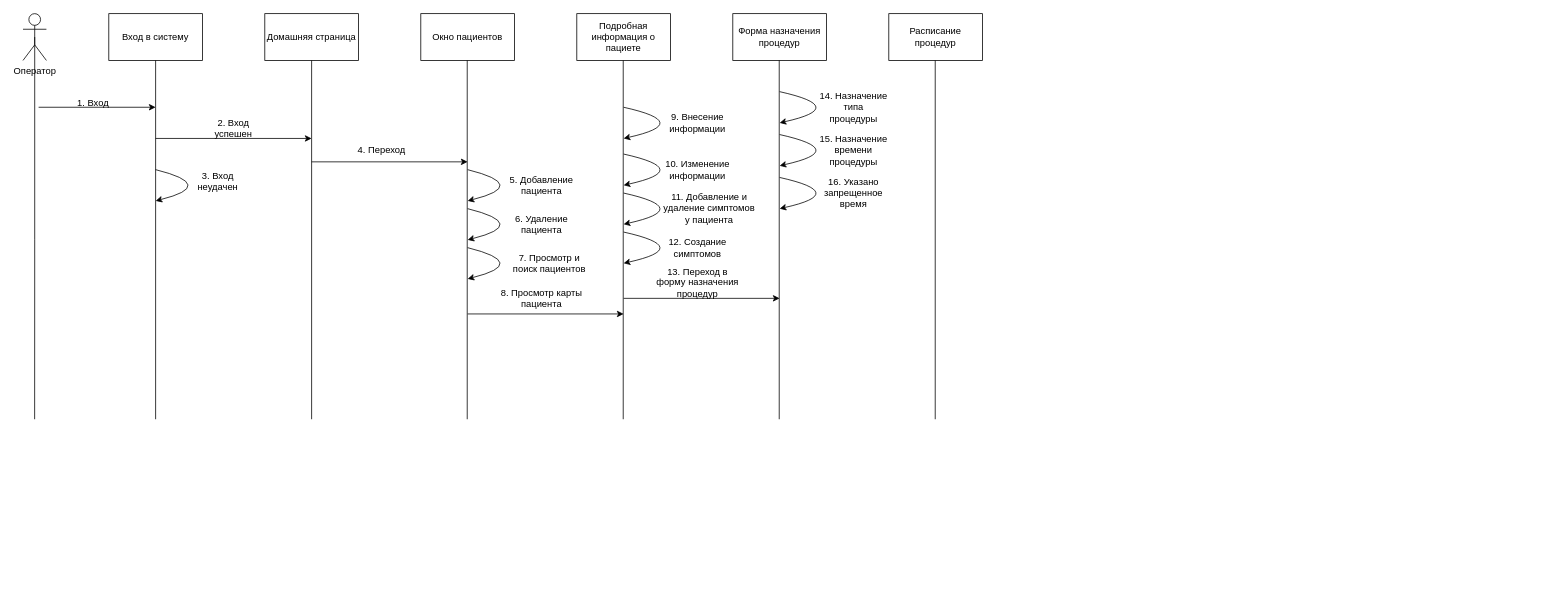
Before: Другие файлы/Последовательность действий.drawio in Sadaly/Cosmetics_GraduateWork, a draw.io diagram. Source tidied: cells renumbered, new cells numbered last; positions are measured from the earlier drawing's top-left corner, leaving out a move shared by most shapes. Both pictures are drawn from the tidied source at 78%, with x=0, y=0 at pixel (23, 13).
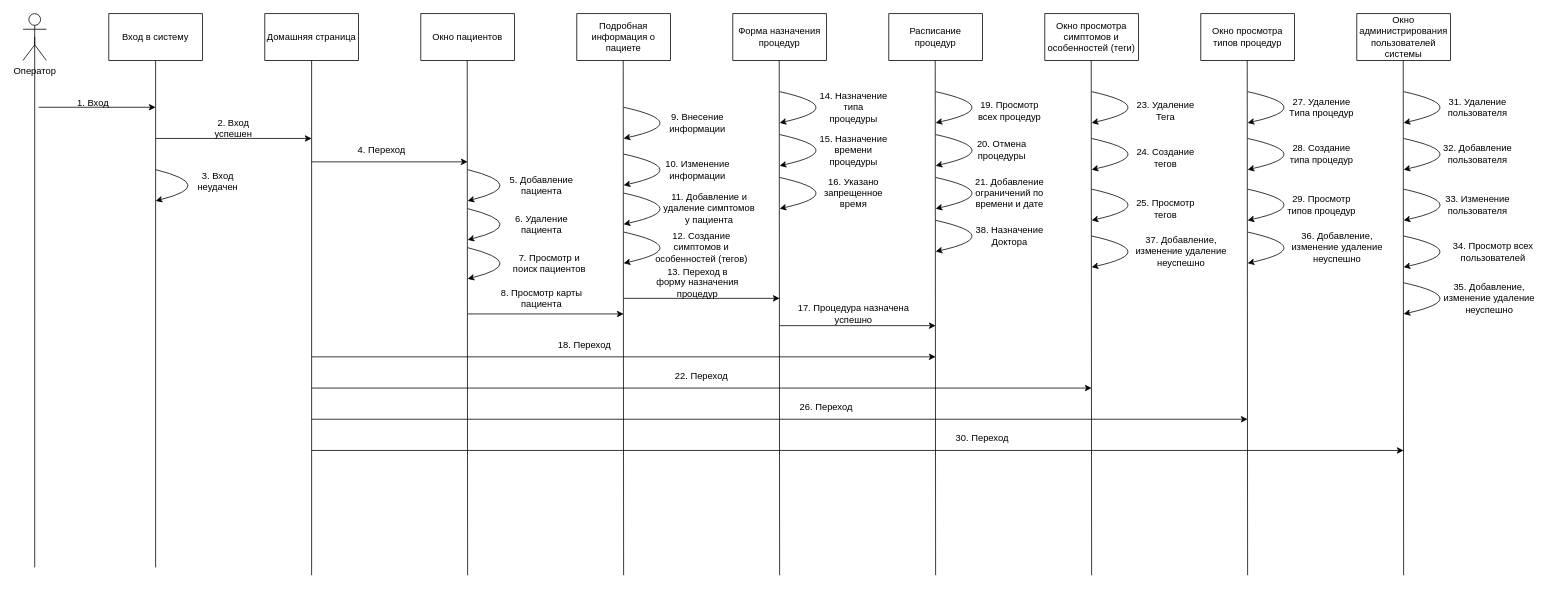
The same diagram, later.

Unchanged cells that the change refers to:
```xml
<mxCell id="2" value="Вход в систему" style="rounded=0;whiteSpace=wrap;html=1;" parent="1" vertex="1">
  <mxGeometry x="110" width="120" height="60" as="geometry" />
</mxCell>
<mxCell id="4" value="Оператор" style="shape=umlActor;verticalLabelPosition=bottom;verticalAlign=top;html=1;outlineConnect=0;" parent="1" vertex="1">
  <mxGeometry width="30" height="60" as="geometry" />
</mxCell>
<mxCell id="5" value="Домашняя страница" style="rounded=0;whiteSpace=wrap;html=1;" parent="1" vertex="1">
  <mxGeometry x="310" width="120" height="60" as="geometry" />
</mxCell>
```

Diff of the diagram source:
```diff
@@
     <mxCell id="3" style="edgeStyle=orthogonalEdgeStyle;rounded=0;jettySize=auto;html=1;exitX=0.5;exitY=0.5;exitDx=0;exitDy=0;exitPerimeter=0;endArrow=none;endFill=0;" parent="1" edge="1" source="4">
       <mxGeometry relative="1" as="geometry">
-        <mxPoint x="14.9" y="520" as="targetPoint" />
+        <mxPoint x="15" y="710" as="targetPoint" />
       </mxGeometry>
     </mxCell>
@@
     <mxCell id="8" style="endArrow=none;html=1;rounded=0;" parent="1" edge="1" target="2">
       <mxGeometry relative="1" as="geometry">
-        <mxPoint x="170" y="520" as="sourcePoint" />
+        <mxPoint x="170" y="710" as="sourcePoint" />
       </mxGeometry>
     </mxCell>
     <mxCell id="9" style="endArrow=none;html=1;rounded=0;" parent="1" edge="1" target="5">
       <mxGeometry relative="1" as="geometry">
-        <mxPoint x="370" y="520" as="sourcePoint" />
+        <mxPoint x="370" y="720" as="sourcePoint" />
       </mxGeometry>
     </mxCell>
     <mxCell id="10" style="endArrow=none;html=1;rounded=0;" parent="1" edge="1">
       <mxGeometry relative="1" as="geometry">
-        <mxPoint x="769.5" y="520" as="sourcePoint" />
+        <mxPoint x="770" y="720" as="sourcePoint" />
         <mxPoint x="769.5" y="60" as="targetPoint" />
       </mxGeometry>
     </mxCell>
     <mxCell id="11" style="endArrow=none;html=1;rounded=0;" parent="1" edge="1">
       <mxGeometry relative="1" as="geometry">
-        <mxPoint x="569.5" y="520" as="sourcePoint" />
+        <mxPoint x="570" y="720" as="sourcePoint" />
         <mxPoint x="569.5" y="60" as="targetPoint" />
       </mxGeometry>
     </mxCell>
@@
     <mxCell id="35" style="endArrow=none;html=1;rounded=0;" parent="1" edge="1">
       <mxGeometry relative="1" as="geometry">
-        <mxPoint x="969.5" y="520" as="sourcePoint" />
+        <mxPoint x="970" y="720" as="sourcePoint" />
         <mxPoint x="969.5" y="60" as="targetPoint" />
       </mxGeometry>
     </mxCell>
-    <mxCell id="36" value="12. Создание симптомов" style="text;html=1;align=center;verticalAlign=middle;whiteSpace=wrap;rounded=0;" parent="1" vertex="1">
-      <mxGeometry x="820" y="285" width="90" height="30" as="geometry" />
+    <mxCell id="36" value="12. Создание симптомов и особенностей (тегов)" style="text;html=1;align=center;verticalAlign=middle;whiteSpace=wrap;rounded=0;" parent="1" vertex="1">
+      <mxGeometry x="800" y="285" width="140" height="30" as="geometry" />
     </mxCell>
@@
     <mxCell id="47" style="endArrow=none;html=1;rounded=0;" parent="1" edge="1">
       <mxGeometry relative="1" as="geometry">
-        <mxPoint x="1169.5" y="520" as="sourcePoint" />
+        <mxPoint x="1170" y="720" as="sourcePoint" />
         <mxPoint x="1169.5" y="60" as="targetPoint" />
       </mxGeometry>
     </mxCell>
+    <mxCell id="48" style="endArrow=classic;html=1;rounded=0;" parent="1" edge="1">
+      <mxGeometry relative="1" as="geometry">
+        <mxPoint x="370" y="440" as="sourcePoint" />
+        <mxPoint x="1170" y="440" as="targetPoint" />
+      </mxGeometry>
+    </mxCell>
+    <mxCell id="49" value="18. Переход" style="text;html=1;align=center;verticalAlign=middle;whiteSpace=wrap;rounded=0;" parent="1" vertex="1">
+      <mxGeometry x="680" y="410" width="80" height="30" as="geometry" />
+    </mxCell>
+    <mxCell id="50" style="endArrow=classic;html=1;rounded=0;" parent="1" edge="1">
+      <mxGeometry relative="1" as="geometry">
+        <mxPoint x="970" y="400" as="sourcePoint" />
+        <mxPoint x="1170" y="400" as="targetPoint" />
+      </mxGeometry>
+    </mxCell>
+    <mxCell id="51" value="17. Процедура назначена успешно" style="text;html=1;align=center;verticalAlign=middle;whiteSpace=wrap;rounded=0;" parent="1" vertex="1">
+      <mxGeometry x="990" y="370" width="150" height="30" as="geometry" />
+    </mxCell>
+    <mxCell id="52" value="19. Просмотр всех процедур" style="text;html=1;align=center;verticalAlign=middle;whiteSpace=wrap;rounded=0;" parent="1" vertex="1">
+      <mxGeometry x="1220" y="110" width="90" height="30" as="geometry" />
+    </mxCell>
+    <mxCell id="53" style="endArrow=none;html=1;rounded=0;curved=1;startArrow=classic;startFill=1;endFill=0;" parent="1" edge="1">
+      <mxGeometry relative="1" as="geometry">
+        <mxPoint x="1170" y="140" as="sourcePoint" />
+        <mxPoint x="1170" y="100" as="targetPoint" />
+        <Array as="points">
+          <mxPoint x="1260" y="120" />
+        </Array>
+      </mxGeometry>
+    </mxCell>
+    <mxCell id="54" value="20. Отмена процедуры" style="text;html=1;align=center;verticalAlign=middle;whiteSpace=wrap;rounded=0;" parent="1" vertex="1">
+      <mxGeometry x="1210" y="160" width="90" height="30" as="geometry" />
+    </mxCell>
+    <mxCell id="55" style="endArrow=none;html=1;rounded=0;curved=1;startArrow=classic;startFill=1;endFill=0;" parent="1" edge="1">
+      <mxGeometry relative="1" as="geometry">
+        <mxPoint x="1170" y="195" as="sourcePoint" />
+        <mxPoint x="1170" y="155" as="targetPoint" />
+        <Array as="points">
+          <mxPoint x="1260" y="175" />
+        </Array>
+      </mxGeometry>
+    </mxCell>
+    <mxCell id="56" value="21. Добавление ограничений по времени и дате" style="text;html=1;align=center;verticalAlign=middle;whiteSpace=wrap;rounded=0;" parent="1" vertex="1">
+      <mxGeometry x="1220" y="215" width="90" height="30" as="geometry" />
+    </mxCell>
+    <mxCell id="57" style="endArrow=none;html=1;rounded=0;curved=1;startArrow=classic;startFill=1;endFill=0;" parent="1" edge="1">
+      <mxGeometry relative="1" as="geometry">
+        <mxPoint x="1170" y="250" as="sourcePoint" />
+        <mxPoint x="1170" y="210" as="targetPoint" />
+        <Array as="points">
+          <mxPoint x="1260" y="230" />
+        </Array>
+      </mxGeometry>
+    </mxCell>
+    <mxCell id="58" value="Окно просмотра симптомов и особенностей (теги)" style="rounded=0;whiteSpace=wrap;html=1;" parent="1" vertex="1">
+      <mxGeometry x="1310" width="120" height="60" as="geometry" />
+    </mxCell>
+    <mxCell id="59" style="endArrow=none;html=1;rounded=0;" parent="1" edge="1">
+      <mxGeometry relative="1" as="geometry">
+        <mxPoint x="1370" y="720" as="sourcePoint" />
+        <mxPoint x="1369.5" y="60" as="targetPoint" />
+      </mxGeometry>
+    </mxCell>
+    <mxCell id="60" style="endArrow=classic;html=1;rounded=0;" parent="1" edge="1">
+      <mxGeometry relative="1" as="geometry">
+        <mxPoint x="370" y="480" as="sourcePoint" />
+        <mxPoint x="1370" y="480" as="targetPoint" />
+      </mxGeometry>
+    </mxCell>
+    <mxCell id="61" value="22. Переход" style="text;html=1;align=center;verticalAlign=middle;whiteSpace=wrap;rounded=0;" parent="1" vertex="1">
+      <mxGeometry x="830" y="450" width="80" height="30" as="geometry" />
+    </mxCell>
+    <mxCell id="62" value="Окно просмотра типов процедур" style="rounded=0;whiteSpace=wrap;html=1;" parent="1" vertex="1">
+      <mxGeometry x="1510" width="120" height="60" as="geometry" />
+    </mxCell>
+    <mxCell id="63" style="endArrow=none;html=1;rounded=0;" parent="1" edge="1">
+      <mxGeometry relative="1" as="geometry">
+        <mxPoint x="1570" y="720" as="sourcePoint" />
+        <mxPoint x="1569.5" y="60" as="targetPoint" />
+      </mxGeometry>
+    </mxCell>
+    <mxCell id="64" style="endArrow=none;html=1;rounded=0;curved=1;startArrow=classic;startFill=1;endFill=0;" parent="1" edge="1">
+      <mxGeometry relative="1" as="geometry">
+        <mxPoint x="1570" y="140" as="sourcePoint" />
+        <mxPoint x="1570" y="100" as="targetPoint" />
+        <Array as="points">
+          <mxPoint x="1660" y="120" />
+        </Array>
+      </mxGeometry>
+    </mxCell>
+    <mxCell id="65" style="endArrow=none;html=1;rounded=0;curved=1;startArrow=classic;startFill=1;endFill=0;" parent="1" edge="1">
+      <mxGeometry relative="1" as="geometry">
+        <mxPoint x="1570" y="200" as="sourcePoint" />
+        <mxPoint x="1570" y="160" as="targetPoint" />
+        <Array as="points">
+          <mxPoint x="1660" y="180" />
+        </Array>
+      </mxGeometry>
+    </mxCell>
+    <mxCell id="66" style="endArrow=none;html=1;rounded=0;curved=1;startArrow=classic;startFill=1;endFill=0;" parent="1" edge="1">
+      <mxGeometry relative="1" as="geometry">
+        <mxPoint x="1570" y="265" as="sourcePoint" />
+        <mxPoint x="1570" y="225" as="targetPoint" />
+        <Array as="points">
+          <mxPoint x="1660" y="245" />
+        </Array>
+      </mxGeometry>
+    </mxCell>
+    <mxCell id="67" style="endArrow=classic;html=1;rounded=0;" parent="1" edge="1">
+      <mxGeometry relative="1" as="geometry">
+        <mxPoint x="370" y="520" as="sourcePoint" />
+        <mxPoint x="1570" y="520" as="targetPoint" />
+      </mxGeometry>
+    </mxCell>
+    <mxCell id="68" value="26. Переход" style="text;html=1;align=center;verticalAlign=middle;whiteSpace=wrap;rounded=0;" parent="1" vertex="1">
+      <mxGeometry x="990" y="490" width="80" height="30" as="geometry" />
+    </mxCell>
+    <mxCell id="69" value="23. Удаление Тега" style="text;html=1;align=center;verticalAlign=middle;whiteSpace=wrap;rounded=0;" parent="1" vertex="1">
+      <mxGeometry x="1420" y="110" width="90" height="30" as="geometry" />
+    </mxCell>
+    <mxCell id="70" style="endArrow=none;html=1;rounded=0;curved=1;startArrow=classic;startFill=1;endFill=0;" parent="1" edge="1">
+      <mxGeometry relative="1" as="geometry">
+        <mxPoint x="1370" y="140" as="sourcePoint" />
+        <mxPoint x="1370" y="100" as="targetPoint" />
+        <Array as="points">
+          <mxPoint x="1460" y="120" />
+        </Array>
+      </mxGeometry>
+    </mxCell>
+    <mxCell id="71" value="24. Создание тегов" style="text;html=1;align=center;verticalAlign=middle;whiteSpace=wrap;rounded=0;" parent="1" vertex="1">
+      <mxGeometry x="1420" y="170" width="90" height="30" as="geometry" />
+    </mxCell>
+    <mxCell id="72" style="endArrow=none;html=1;rounded=0;curved=1;startArrow=classic;startFill=1;endFill=0;" parent="1" edge="1">
+      <mxGeometry relative="1" as="geometry">
+        <mxPoint x="1370" y="200" as="sourcePoint" />
+        <mxPoint x="1370" y="160" as="targetPoint" />
+        <Array as="points">
+          <mxPoint x="1460" y="180" />
+        </Array>
+      </mxGeometry>
+    </mxCell>
+    <mxCell id="73" value="25. Просмотр тегов" style="text;html=1;align=center;verticalAlign=middle;whiteSpace=wrap;rounded=0;" parent="1" vertex="1">
+      <mxGeometry x="1420" y="235" width="90" height="30" as="geometry" />
+    </mxCell>
+    <mxCell id="74" style="endArrow=none;html=1;rounded=0;curved=1;startArrow=classic;startFill=1;endFill=0;" parent="1" edge="1">
+      <mxGeometry relative="1" as="geometry">
+        <mxPoint x="1370" y="265" as="sourcePoint" />
+        <mxPoint x="1370" y="225" as="targetPoint" />
+        <Array as="points">
+          <mxPoint x="1460" y="245" />
+        </Array>
+      </mxGeometry>
+    </mxCell>
+    <mxCell id="75" value="27. Удаление Типа процедур" style="text;html=1;align=center;verticalAlign=middle;whiteSpace=wrap;rounded=0;" parent="1" vertex="1">
+      <mxGeometry x="1620" y="105" width="90" height="30" as="geometry" />
+    </mxCell>
+    <mxCell id="76" value="28. Создание типа процедур" style="text;html=1;align=center;verticalAlign=middle;whiteSpace=wrap;rounded=0;" parent="1" vertex="1">
+      <mxGeometry x="1620" y="165" width="90" height="30" as="geometry" />
+    </mxCell>
+    <mxCell id="77" value="29. Просмотр типов процедур" style="text;html=1;align=center;verticalAlign=middle;whiteSpace=wrap;rounded=0;" parent="1" vertex="1">
+      <mxGeometry x="1620" y="230" width="90" height="30" as="geometry" />
+    </mxCell>
+    <mxCell id="78" value="Окно администрирования пользователей системы" style="rounded=0;whiteSpace=wrap;html=1;" parent="1" vertex="1">
+      <mxGeometry x="1710" width="120" height="60" as="geometry" />
+    </mxCell>
+    <mxCell id="79" style="endArrow=none;html=1;rounded=0;" parent="1" edge="1">
+      <mxGeometry relative="1" as="geometry">
+        <mxPoint x="1770" y="720" as="sourcePoint" />
+        <mxPoint x="1769.5" y="60" as="targetPoint" />
+      </mxGeometry>
+    </mxCell>
+    <mxCell id="80" style="endArrow=classic;html=1;rounded=0;" parent="1" edge="1">
+      <mxGeometry relative="1" as="geometry">
+        <mxPoint x="370" y="560" as="sourcePoint" />
+        <mxPoint x="1770" y="560" as="targetPoint" />
+      </mxGeometry>
+    </mxCell>
+    <mxCell id="81" value="30. Переход" style="text;html=1;align=center;verticalAlign=middle;whiteSpace=wrap;rounded=0;" parent="1" vertex="1">
+      <mxGeometry x="1190" y="530" width="80" height="30" as="geometry" />
+    </mxCell>
+    <mxCell id="82" style="endArrow=none;html=1;rounded=0;curved=1;startArrow=classic;startFill=1;endFill=0;" parent="1" edge="1">
+      <mxGeometry relative="1" as="geometry">
+        <mxPoint x="1770" y="140" as="sourcePoint" />
+        <mxPoint x="1770" y="100" as="targetPoint" />
+        <Array as="points">
+          <mxPoint x="1860" y="120" />
+        </Array>
+      </mxGeometry>
+    </mxCell>
+    <mxCell id="83" value="31. Удаление пользователя" style="text;html=1;align=center;verticalAlign=middle;whiteSpace=wrap;rounded=0;" parent="1" vertex="1">
+      <mxGeometry x="1820" y="105" width="90" height="30" as="geometry" />
+    </mxCell>
+    <mxCell id="84" style="endArrow=none;html=1;rounded=0;curved=1;startArrow=classic;startFill=1;endFill=0;" parent="1" edge="1">
+      <mxGeometry relative="1" as="geometry">
+        <mxPoint x="1770" y="200" as="sourcePoint" />
+        <mxPoint x="1770" y="160" as="targetPoint" />
+        <Array as="points">
+          <mxPoint x="1860" y="180" />
+        </Array>
+      </mxGeometry>
+    </mxCell>
+    <mxCell id="85" value="32. Добавление пользователя" style="text;html=1;align=center;verticalAlign=middle;whiteSpace=wrap;rounded=0;" parent="1" vertex="1">
+      <mxGeometry x="1820" y="165" width="90" height="30" as="geometry" />
+    </mxCell>
+    <mxCell id="86" style="endArrow=none;html=1;rounded=0;curved=1;startArrow=classic;startFill=1;endFill=0;" parent="1" edge="1">
+      <mxGeometry relative="1" as="geometry">
+        <mxPoint x="1770" y="265" as="sourcePoint" />
+        <mxPoint x="1770" y="225" as="targetPoint" />
+        <Array as="points">
+          <mxPoint x="1860" y="245" />
+        </Array>
+      </mxGeometry>
+    </mxCell>
+    <mxCell id="87" value="33. Изменение пользователя" style="text;html=1;align=center;verticalAlign=middle;whiteSpace=wrap;rounded=0;" parent="1" vertex="1">
+      <mxGeometry x="1820" y="230" width="90" height="30" as="geometry" />
+    </mxCell>
+    <mxCell id="88" style="endArrow=none;html=1;rounded=0;curved=1;startArrow=classic;startFill=1;endFill=0;" parent="1" edge="1">
+      <mxGeometry relative="1" as="geometry">
+        <mxPoint x="1770" y="325" as="sourcePoint" />
+        <mxPoint x="1770" y="285" as="targetPoint" />
+        <Array as="points">
+          <mxPoint x="1860" y="305" />
+        </Array>
+      </mxGeometry>
+    </mxCell>
+    <mxCell id="89" value="34. Просмотр всех пользователей" style="text;html=1;align=center;verticalAlign=middle;whiteSpace=wrap;rounded=0;" parent="1" vertex="1">
+      <mxGeometry x="1820" y="290" width="130" height="30" as="geometry" />
+    </mxCell>
+    <mxCell id="90" style="endArrow=none;html=1;rounded=0;curved=1;startArrow=classic;startFill=1;endFill=0;" parent="1" edge="1">
+      <mxGeometry relative="1" as="geometry">
+        <mxPoint x="1770" y="385" as="sourcePoint" />
+        <mxPoint x="1770" y="345" as="targetPoint" />
+        <Array as="points">
+          <mxPoint x="1860" y="365" />
+        </Array>
+      </mxGeometry>
+    </mxCell>
+    <mxCell id="91" value="35. Добавление, изменение удаление неуспешно" style="text;html=1;align=center;verticalAlign=middle;whiteSpace=wrap;rounded=0;" parent="1" vertex="1">
+      <mxGeometry x="1820" y="350" width="120" height="30" as="geometry" />
+    </mxCell>
+    <mxCell id="92" style="endArrow=none;html=1;rounded=0;curved=1;startArrow=classic;startFill=1;endFill=0;" parent="1" edge="1">
+      <mxGeometry relative="1" as="geometry">
+        <mxPoint x="1570" y="320" as="sourcePoint" />
+        <mxPoint x="1570" y="280" as="targetPoint" />
+        <Array as="points">
+          <mxPoint x="1660" y="300" />
+        </Array>
+      </mxGeometry>
+    </mxCell>
+    <mxCell id="93" value="36. Добавление, изменение удаление неуспешно" style="text;html=1;align=center;verticalAlign=middle;whiteSpace=wrap;rounded=0;" parent="1" vertex="1">
+      <mxGeometry x="1620" y="285" width="130" height="30" as="geometry" />
+    </mxCell>
+    <mxCell id="94" style="endArrow=none;html=1;rounded=0;curved=1;startArrow=classic;startFill=1;endFill=0;" parent="1" edge="1">
+      <mxGeometry relative="1" as="geometry">
+        <mxPoint x="1370" y="325" as="sourcePoint" />
+        <mxPoint x="1370" y="285" as="targetPoint" />
+        <Array as="points">
+          <mxPoint x="1460" y="305" />
+        </Array>
+      </mxGeometry>
+    </mxCell>
+    <mxCell id="95" value="37. Добавление, изменение удаление неуспешно" style="text;html=1;align=center;verticalAlign=middle;whiteSpace=wrap;rounded=0;" parent="1" vertex="1">
+      <mxGeometry x="1420" y="290" width="130" height="30" as="geometry" />
+    </mxCell>
+    <mxCell id="96" value="38. Назначение Доктора" style="text;html=1;align=center;verticalAlign=middle;whiteSpace=wrap;rounded=0;" parent="1" vertex="1">
+      <mxGeometry x="1220" y="270" width="90" height="30" as="geometry" />
+    </mxCell>
+    <mxCell id="97" style="endArrow=none;html=1;rounded=0;curved=1;startArrow=classic;startFill=1;endFill=0;" parent="1" edge="1">
+      <mxGeometry relative="1" as="geometry">
+        <mxPoint x="1170" y="305" as="sourcePoint" />
+        <mxPoint x="1170" y="265" as="targetPoint" />
+        <Array as="points">
+          <mxPoint x="1260" y="285" />
+        </Array>
+      </mxGeometry>
+    </mxCell>
```
